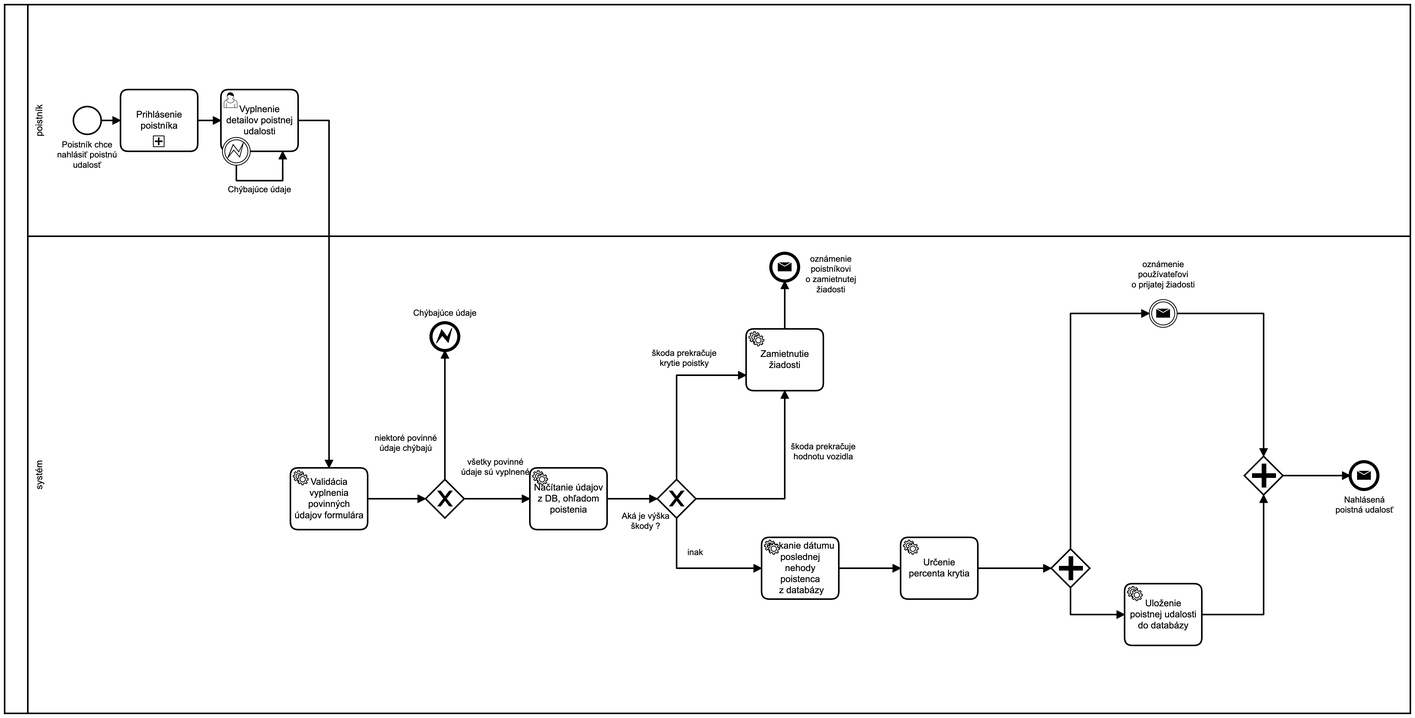
Before: diagrams/img/BP02-Informovanie_poistovne_o_poistnej_udalosti.png, a diagram exported from BPMN (MCFreddie777/pis-nahlasenie_poistnej_udalosti). Its source is kept beside it as diagrams/BP02-Informovanie_poistovne_o_poistnej_udalosti.bpmn. Ids are renumbered.
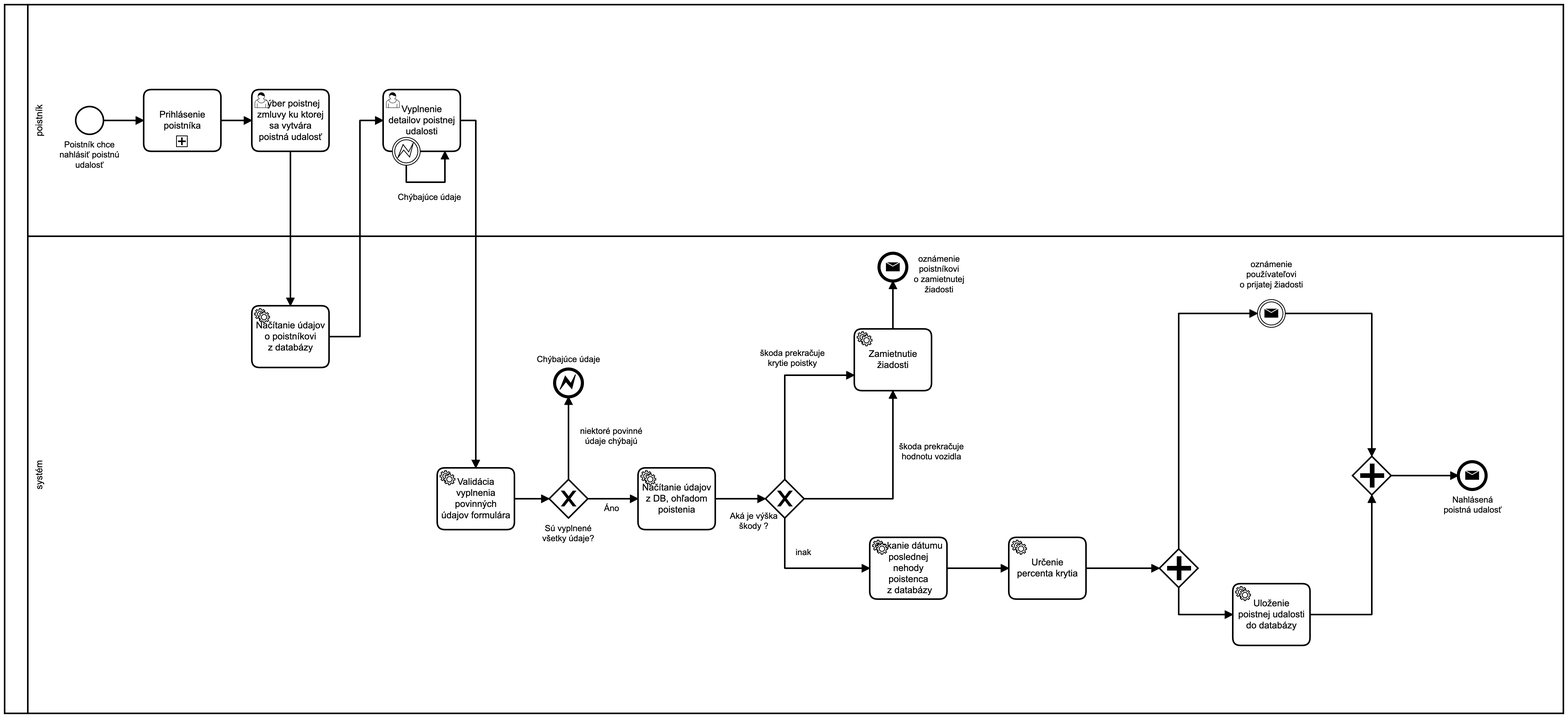
Above is the later version.

Commit message:
Update database diagram

What changed in the source:
```diff
@@ -7,6 +7,7 @@
       <bpmn:lane id="Lane_n6" name="poistník">
+        <bpmn:flowNodeRef>Task_n8</bpmn:flowNodeRef>
+        <bpmn:flowNodeRef>IntermediateThrowEvent_n9</bpmn:flowNodeRef>
         <bpmn:flowNodeRef>StartEvent_1</bpmn:flowNodeRef>
         <bpmn:flowNodeRef>Task_n7</bpmn:flowNodeRef>
-        <bpmn:flowNodeRef>Task_n8</bpmn:flowNodeRef>
-        <bpmn:flowNodeRef>IntermediateThrowEvent_n9</bpmn:flowNodeRef>
+        <bpmn:flowNodeRef>Task_n51</bpmn:flowNodeRef>
       </bpmn:lane>
@@ -48,18 +49,2 @@
     </bpmn:serviceTask>
-    <bpmn:sequenceFlow id="SequenceFlow_n34" sourceRef="Task_n8" targetRef="Task_n24" />
-    <bpmn:sequenceFlow id="SequenceFlow_n35" name="niektoré povinné údaje chýbajú" sourceRef="ExclusiveGateway_n22" targetRef="IntermediateThrowEvent_n23" />
-    <bpmn:sequenceFlow id="SequenceFlow_n36" sourceRef="Task_n24" targetRef="ExclusiveGateway_n22" />
-    <bpmn:sequenceFlow id="SequenceFlow_n37" name="Áno" sourceRef="ExclusiveGateway_n22" targetRef="Task_n16" />
-    <bpmn:sequenceFlow id="SequenceFlow_n38" name="škoda prekračuje krytie poistky" sourceRef="ExclusiveGateway_n15" targetRef="Task_n17" />
-    <bpmn:sequenceFlow id="SequenceFlow_n39" name="škoda prekračuje hodnotu vozidla" sourceRef="ExclusiveGateway_n15" targetRef="Task_n17" />
-    <bpmn:sequenceFlow id="SequenceFlow_n40" sourceRef="Task_n17" targetRef="EndEvent_n18" />
-    <bpmn:sequenceFlow id="SequenceFlow_n26" name="inak" sourceRef="ExclusiveGateway_n15" targetRef="Task_n11" />
-    <bpmn:sequenceFlow id="SequenceFlow_n27" sourceRef="Task_n11" targetRef="Task_n14" />
-    <bpmn:sequenceFlow id="SequenceFlow_n28" sourceRef="Task_n14" targetRef="ExclusiveGateway_n12" />
-    <bpmn:sequenceFlow id="SequenceFlow_n29" sourceRef="ExclusiveGateway_n12" targetRef="Task_n21" />
-    <bpmn:sequenceFlow id="SequenceFlow_n30" sourceRef="ExclusiveGateway_n12" targetRef="EndEvent_n19" />
-    <bpmn:sequenceFlow id="SequenceFlow_n32" sourceRef="EndEvent_n19" targetRef="ExclusiveGateway_n13" />
-    <bpmn:sequenceFlow id="SequenceFlow_n31" sourceRef="Task_n21" targetRef="ExclusiveGateway_n13" />
-    <bpmn:sequenceFlow id="SequenceFlow_n33" sourceRef="ExclusiveGateway_n13" targetRef="EndEvent_n20" />
-    <bpmn:sequenceFlow id="SequenceFlow_n41" sourceRef="StartEvent_1" targetRef="Task_n7" />
     <bpmn:exclusiveGateway id="ExclusiveGateway_n15" name="Aká je výška škody ?">
@@ -70,3 +55,2 @@
     </bpmn:exclusiveGateway>
-    <bpmn:sequenceFlow id="SequenceFlow_n42" sourceRef="Task_n16" targetRef="ExclusiveGateway_n15" />
     <bpmn:serviceTask id="Task_n16" name="Načítanie údajov z DB, ohľadom poistenia">
@@ -97,11 +81,2 @@
     </bpmn:serviceTask>
-    <bpmn:sequenceFlow id="SequenceFlow_n46" sourceRef="Task_n7" targetRef="Task_n25" />
-    <bpmn:sequenceFlow id="SequenceFlow_n47" sourceRef="Task_n25" targetRef="Task_n8" />
-    <bpmn:startEvent id="StartEvent_1" name="Poistník chce nahlásiť poistnú udalosť">
-      <bpmn:outgoing>SequenceFlow_n41</bpmn:outgoing>
-    </bpmn:startEvent>
-    <bpmn:subProcess id="Task_n7" name="Prihlásenie poistníka">
-      <bpmn:incoming>SequenceFlow_n41</bpmn:incoming>
-      <bpmn:outgoing>SequenceFlow_n46</bpmn:outgoing>
-    </bpmn:subProcess>
     <bpmn:exclusiveGateway id="ExclusiveGateway_n22" name="Sú vyplnené všetky údaje?">
@@ -124,3 +99,2 @@
     </bpmn:userTask>
-    <bpmn:sequenceFlow id="SequenceFlow_n49" name="Chýbajúce údaje" sourceRef="IntermediateThrowEvent_n9" targetRef="Task_n8" />
     <bpmn:boundaryEvent id="IntermediateThrowEvent_n9" attachedToRef="Task_n8">
@@ -129,2 +103,34 @@
     </bpmn:boundaryEvent>
+    <bpmn:sequenceFlow id="SequenceFlow_n26" name="inak" sourceRef="ExclusiveGateway_n15" targetRef="Task_n11" />
+    <bpmn:sequenceFlow id="SequenceFlow_n27" sourceRef="Task_n11" targetRef="Task_n14" />
+    <bpmn:sequenceFlow id="SequenceFlow_n28" sourceRef="Task_n14" targetRef="ExclusiveGateway_n12" />
+    <bpmn:sequenceFlow id="SequenceFlow_n29" sourceRef="ExclusiveGateway_n12" targetRef="Task_n21" />
+    <bpmn:sequenceFlow id="SequenceFlow_n30" sourceRef="ExclusiveGateway_n12" targetRef="EndEvent_n19" />
+    <bpmn:sequenceFlow id="SequenceFlow_n32" sourceRef="EndEvent_n19" targetRef="ExclusiveGateway_n13" />
+    <bpmn:sequenceFlow id="SequenceFlow_n31" sourceRef="Task_n21" targetRef="ExclusiveGateway_n13" />
+    <bpmn:sequenceFlow id="SequenceFlow_n33" sourceRef="ExclusiveGateway_n13" targetRef="EndEvent_n20" />
+    <bpmn:sequenceFlow id="SequenceFlow_n42" sourceRef="Task_n16" targetRef="ExclusiveGateway_n15" />
+    <bpmn:sequenceFlow id="SequenceFlow_n38" name="škoda prekračuje krytie poistky" sourceRef="ExclusiveGateway_n15" targetRef="Task_n17" />
+    <bpmn:sequenceFlow id="SequenceFlow_n39" name="škoda prekračuje hodnotu vozidla" sourceRef="ExclusiveGateway_n15" targetRef="Task_n17" />
+    <bpmn:sequenceFlow id="SequenceFlow_n37" name="Áno" sourceRef="ExclusiveGateway_n22" targetRef="Task_n16" />
+    <bpmn:sequenceFlow id="SequenceFlow_n40" sourceRef="Task_n17" targetRef="EndEvent_n18" />
+    <bpmn:sequenceFlow id="SequenceFlow_n41" sourceRef="StartEvent_1" targetRef="Task_n7" />
+    <bpmn:sequenceFlow id="SequenceFlow_n46" sourceRef="Task_n51" targetRef="Task_n25" />
+    <bpmn:sequenceFlow id="SequenceFlow_n36" sourceRef="Task_n24" targetRef="ExclusiveGateway_n22" />
+    <bpmn:sequenceFlow id="SequenceFlow_n35" name="niektoré povinné údaje chýbajú" sourceRef="ExclusiveGateway_n22" targetRef="IntermediateThrowEvent_n23" />
+    <bpmn:sequenceFlow id="SequenceFlow_n34" sourceRef="Task_n8" targetRef="Task_n24" />
+    <bpmn:sequenceFlow id="SequenceFlow_n47" sourceRef="Task_n25" targetRef="Task_n8" />
+    <bpmn:sequenceFlow id="SequenceFlow_n49" name="Chýbajúce údaje" sourceRef="IntermediateThrowEvent_n9" targetRef="Task_n8" />
+    <bpmn:startEvent id="StartEvent_1" name="Poistník chce nahlásiť poistnú udalosť">
+      <bpmn:outgoing>SequenceFlow_n41</bpmn:outgoing>
+    </bpmn:startEvent>
+    <bpmn:subProcess id="Task_n7" name="Prihlásenie poistníka">
+      <bpmn:incoming>SequenceFlow_n41</bpmn:incoming>
+      <bpmn:outgoing>SequenceFlow_n52</bpmn:outgoing>
+    </bpmn:subProcess>
+    <bpmn:sequenceFlow id="SequenceFlow_n52" sourceRef="Task_n7" targetRef="Task_n51" />
+    <bpmn:userTask id="Task_n51" name="Výber poistnej zmluvy ku ktorej sa vytvára poistná udalosť">
+      <bpmn:incoming>SequenceFlow_n52</bpmn:incoming>
+      <bpmn:outgoing>SequenceFlow_n46</bpmn:outgoing>
+    </bpmn:userTask>
     <bpmn:serviceTask id="Task_n25" name="Načítanie údajov o poistníkovi&#10;z databázy">
@@ -137,8 +143,8 @@
       <bpmndi:BPMNShape id="Participant_n3_di" bpmnElement="Participant_n3" isHorizontal="true">
-        <dc:Bounds x="160" y="90" width="1820" height="918" />
+        <dc:Bounds x="160" y="90" width="2018" height="918" />
       </bpmndi:BPMNShape>
       <bpmndi:BPMNShape id="_BPMNShape_StartEvent_2" bpmnElement="StartEvent_1">
-        <dc:Bounds x="232" y="222" width="36" height="36" />
+        <dc:Bounds x="252" y="222" width="36" height="36" />
         <bpmndi:BPMNLabel>
-          <dc:Bounds x="211" y="265" width="78" height="40" />
+          <dc:Bounds x="231" y="265" width="78" height="40" />
         </bpmndi:BPMNLabel>
@@ -146,16 +152,16 @@
       <bpmndi:BPMNShape id="Lane_n6_di" bpmnElement="Lane_n6" isHorizontal="true">
-        <dc:Bounds x="190" y="90" width="1790" height="300" />
+        <dc:Bounds x="190" y="90" width="1988" height="300" />
       </bpmndi:BPMNShape>
       <bpmndi:BPMNShape id="Lane_n10_di" bpmnElement="Lane_n10" isHorizontal="true">
-        <dc:Bounds x="190" y="390" width="1790" height="618" />
+        <dc:Bounds x="190" y="390" width="1988" height="618" />
       </bpmndi:BPMNShape>
       <bpmndi:BPMNEdge id="SequenceFlow_n34_di" bpmnElement="SequenceFlow_n34">
-        <di:waypoint x="610" y="240" />
-        <di:waypoint x="630" y="240" />
-        <di:waypoint x="630" y="690" />
+        <di:waypoint x="750" y="240" />
+        <di:waypoint x="770" y="240" />
+        <di:waypoint x="770" y="690" />
       </bpmndi:BPMNEdge>
       <bpmndi:BPMNShape id="ExclusiveGateway_n22_di" bpmnElement="ExclusiveGateway_n22" isMarkerVisible="true">
-        <dc:Bounds x="725" y="705" width="50" height="50" />
+        <dc:Bounds x="865" y="705" width="50" height="50" />
         <bpmndi:BPMNLabel>
-          <dc:Bounds x="716" y="762" width="68" height="27" />
+          <dc:Bounds x="856" y="762" width="68" height="27" />
         </bpmndi:BPMNLabel>
@@ -163,16 +169,16 @@
       <bpmndi:BPMNEdge id="SequenceFlow_n36_di" bpmnElement="SequenceFlow_n36">
-        <di:waypoint x="680" y="730" />
-        <di:waypoint x="725" y="730" />
+        <di:waypoint x="820" y="730" />
+        <di:waypoint x="865" y="730" />
       </bpmndi:BPMNEdge>
       <bpmndi:BPMNShape id="ServiceTask_0jujgdy_di" bpmnElement="Task_n24">
-        <dc:Bounds x="580" y="690" width="100" height="80" />
+        <dc:Bounds x="720" y="690" width="100" height="80" />
       </bpmndi:BPMNShape>
       <bpmndi:BPMNShape id="UserTask_0uj0bf0_di" bpmnElement="Task_n8">
-        <dc:Bounds x="510" y="200" width="100" height="80" />
+        <dc:Bounds x="650" y="200" width="100" height="80" />
       </bpmndi:BPMNShape>
       <bpmndi:BPMNEdge id="SequenceFlow_n35_di" bpmnElement="SequenceFlow_n35">
-        <di:waypoint x="750" y="705" />
-        <di:waypoint x="750" y="598" />
+        <di:waypoint x="890" y="705" />
+        <di:waypoint x="890" y="598" />
         <bpmndi:BPMNLabel>
-          <dc:Bounds x="765" y="636" width="81" height="27" />
+          <dc:Bounds x="905" y="636" width="81" height="27" />
         </bpmndi:BPMNLabel>
@@ -180,5 +186,5 @@
       <bpmndi:BPMNShape id="ExclusiveGateway_n15_di" bpmnElement="ExclusiveGateway_n15" isMarkerVisible="true">
-        <dc:Bounds x="1005" y="705" width="50" height="50" />
+        <dc:Bounds x="1145" y="705" width="50" height="50" />
         <bpmndi:BPMNLabel>
-          <dc:Bounds x="959" y="746" width="62" height="27" />
+          <dc:Bounds x="1099" y="746" width="62" height="27" />
         </bpmndi:BPMNLabel>
@@ -186,6 +192,6 @@
       <bpmndi:BPMNEdge id="SequenceFlow_n37_di" bpmnElement="SequenceFlow_n37">
-        <di:waypoint x="775" y="730" />
-        <di:waypoint x="840" y="730" />
+        <di:waypoint x="915" y="730" />
+        <di:waypoint x="980" y="730" />
         <bpmndi:BPMNLabel>
-          <dc:Bounds x="796" y="736" width="20" height="14" />
+          <dc:Bounds x="936" y="736" width="20" height="14" />
         </bpmndi:BPMNLabel>
@@ -193,7 +199,7 @@
       <bpmndi:BPMNEdge id="SequenceFlow_n38_di" bpmnElement="SequenceFlow_n38">
-        <di:waypoint x="1030" y="705" />
-        <di:waypoint x="1030" y="570" />
-        <di:waypoint x="1120" y="570" />
+        <di:waypoint x="1170" y="705" />
+        <di:waypoint x="1170" y="570" />
+        <di:waypoint x="1260" y="570" />
         <bpmndi:BPMNLabel>
-          <dc:Bounds x="998" y="535" width="84" height="27" />
+          <dc:Bounds x="1138" y="535" width="84" height="27" />
         </bpmndi:BPMNLabel>
@@ -201,7 +207,7 @@
       <bpmndi:BPMNEdge id="SequenceFlow_n39_di" bpmnElement="SequenceFlow_n39">
-        <di:waypoint x="1055" y="730" />
-        <di:waypoint x="1170" y="730" />
-        <di:waypoint x="1170" y="590" />
+        <di:waypoint x="1195" y="730" />
+        <di:waypoint x="1310" y="730" />
+        <di:waypoint x="1310" y="590" />
         <bpmndi:BPMNLabel>
-          <dc:Bounds x="1178" y="656" width="84" height="27" />
+          <dc:Bounds x="1318" y="656" width="84" height="27" />
         </bpmndi:BPMNLabel>
@@ -209,14 +215,14 @@
       <bpmndi:BPMNShape id="ServiceTask_0t792ya_di" bpmnElement="Task_n17">
-        <dc:Bounds x="1120" y="510" width="100" height="80" />
+        <dc:Bounds x="1260" y="510" width="100" height="80" />
       </bpmndi:BPMNShape>
       <bpmndi:BPMNEdge id="SequenceFlow_n40_di" bpmnElement="SequenceFlow_n40">
-        <di:waypoint x="1170" y="510" />
-        <di:waypoint x="1170" y="448" />
+        <di:waypoint x="1310" y="510" />
+        <di:waypoint x="1310" y="448" />
       </bpmndi:BPMNEdge>
       <bpmndi:BPMNEdge id="SequenceFlow_n26_di" bpmnElement="SequenceFlow_n26">
-        <di:waypoint x="1030" y="755" />
-        <di:waypoint x="1030" y="820" />
-        <di:waypoint x="1140" y="820" />
+        <di:waypoint x="1170" y="755" />
+        <di:waypoint x="1170" y="820" />
+        <di:waypoint x="1280" y="820" />
         <bpmndi:BPMNLabel>
-          <dc:Bounds x="1044" y="793" width="21" height="14" />
+          <dc:Bounds x="1184" y="793" width="21" height="14" />
         </bpmndi:BPMNLabel>
@@ -224,29 +230,29 @@
       <bpmndi:BPMNShape id="ServiceTask_0x9jdxg_di" bpmnElement="Task_n11">
-        <dc:Bounds x="1140" y="780" width="100" height="80" />
+        <dc:Bounds x="1280" y="780" width="100" height="80" />
       </bpmndi:BPMNShape>
       <bpmndi:BPMNEdge id="SequenceFlow_n27_di" bpmnElement="SequenceFlow_n27">
-        <di:waypoint x="1240" y="820" />
-        <di:waypoint x="1320" y="820" />
+        <di:waypoint x="1380" y="820" />
+        <di:waypoint x="1460" y="820" />
       </bpmndi:BPMNEdge>
       <bpmndi:BPMNEdge id="SequenceFlow_n28_di" bpmnElement="SequenceFlow_n28">
-        <di:waypoint x="1420" y="820" />
-        <di:waypoint x="1515" y="820" />
+        <di:waypoint x="1560" y="820" />
+        <di:waypoint x="1655" y="820" />
       </bpmndi:BPMNEdge>
       <bpmndi:BPMNShape id="ParallelGateway_09hlsqf_di" bpmnElement="ExclusiveGateway_n12">
-        <dc:Bounds x="1515" y="795" width="50" height="50" />
+        <dc:Bounds x="1655" y="795" width="50" height="50" />
       </bpmndi:BPMNShape>
       <bpmndi:BPMNEdge id="SequenceFlow_n29_di" bpmnElement="SequenceFlow_n29">
-        <di:waypoint x="1540" y="845" />
-        <di:waypoint x="1540" y="880" />
-        <di:waypoint x="1610" y="880" />
+        <di:waypoint x="1680" y="845" />
+        <di:waypoint x="1680" y="880" />
+        <di:waypoint x="1750" y="880" />
       </bpmndi:BPMNEdge>
       <bpmndi:BPMNEdge id="SequenceFlow_n30_di" bpmnElement="SequenceFlow_n30">
-        <di:waypoint x="1540" y="795" />
-        <di:waypoint x="1540" y="490" />
-        <di:waypoint x="1642" y="490" />
+        <di:waypoint x="1680" y="795" />
+        <di:waypoint x="1680" y="490" />
+        <di:waypoint x="1782" y="490" />
       </bpmndi:BPMNEdge>
       <bpmndi:BPMNShape id="EndEvent_0prnfll_di" bpmnElement="EndEvent_n18">
-        <dc:Bounds x="1152" y="412" width="36" height="36" />
+        <dc:Bounds x="1292" y="412" width="36" height="36" />
         <bpmndi:BPMNLabel>
-          <dc:Bounds x="1197" y="413" width="66" height="53" />
+          <dc:Bounds x="1337" y="413" width="66" height="53" />
         </bpmndi:BPMNLabel>
@@ -254,5 +260,5 @@
       <bpmndi:BPMNShape id="IntermediateThrowEvent_0h201b1_di" bpmnElement="EndEvent_n19">
-        <dc:Bounds x="1642" y="472" width="36" height="36" />
+        <dc:Bounds x="1782" y="472" width="36" height="36" />
         <bpmndi:BPMNLabel>
-          <dc:Bounds x="1618" y="420" width="83" height="40" />
+          <dc:Bounds x="1759" y="420" width="82" height="40" />
         </bpmndi:BPMNLabel>
@@ -260,42 +266,42 @@
       <bpmndi:BPMNEdge id="SequenceFlow_n32_di" bpmnElement="SequenceFlow_n32">
-        <di:waypoint x="1678" y="490" />
-        <di:waypoint x="1790" y="490" />
-        <di:waypoint x="1790" y="675" />
+        <di:waypoint x="1818" y="490" />
+        <di:waypoint x="1930" y="490" />
+        <di:waypoint x="1930" y="675" />
       </bpmndi:BPMNEdge>
       <bpmndi:BPMNEdge id="SequenceFlow_n31_di" bpmnElement="SequenceFlow_n31">
-        <di:waypoint x="1710" y="880" />
-        <di:waypoint x="1790" y="880" />
-        <di:waypoint x="1790" y="725" />
+        <di:waypoint x="1850" y="880" />
+        <di:waypoint x="1930" y="880" />
+        <di:waypoint x="1930" y="725" />
       </bpmndi:BPMNEdge>
       <bpmndi:BPMNShape id="ParallelGateway_05va044_di" bpmnElement="ExclusiveGateway_n13">
-        <dc:Bounds x="1765" y="675" width="50" height="50" />
+        <dc:Bounds x="1905" y="675" width="50" height="50" />
       </bpmndi:BPMNShape>
       <bpmndi:BPMNEdge id="SequenceFlow_n33_di" bpmnElement="SequenceFlow_n33">
-        <di:waypoint x="1815" y="700" />
-        <di:waypoint x="1902" y="700" />
+        <di:waypoint x="1955" y="700" />
+        <di:waypoint x="2042" y="700" />
       </bpmndi:BPMNEdge>
       <bpmndi:BPMNShape id="ServiceTask_1qm42na_di" bpmnElement="Task_n14">
-        <dc:Bounds x="1320" y="780" width="100" height="80" />
+        <dc:Bounds x="1460" y="780" width="100" height="80" />
       </bpmndi:BPMNShape>
       <bpmndi:BPMNShape id="ServiceTask_1sts3q7_di" bpmnElement="Task_n21">
-        <dc:Bounds x="1610" y="840" width="100" height="80" />
+        <dc:Bounds x="1750" y="840" width="100" height="80" />
       </bpmndi:BPMNShape>
       <bpmndi:BPMNShape id="SubProcess_0tmkunv_di" bpmnElement="Task_n7">
-        <dc:Bounds x="290" y="200" width="100" height="80" />
+        <dc:Bounds x="340" y="200" width="100" height="80" />
       </bpmndi:BPMNShape>
       <bpmndi:BPMNEdge id="SequenceFlow_n41_di" bpmnElement="SequenceFlow_n41">
-        <di:waypoint x="268" y="240" />
-        <di:waypoint x="290" y="240" />
+        <di:waypoint x="288" y="240" />
+        <di:waypoint x="340" y="240" />
       </bpmndi:BPMNEdge>
       <bpmndi:BPMNEdge id="SequenceFlow_n42_di" bpmnElement="SequenceFlow_n42">
-        <di:waypoint x="940" y="730" />
-        <di:waypoint x="1005" y="730" />
+        <di:waypoint x="1080" y="730" />
+        <di:waypoint x="1145" y="730" />
       </bpmndi:BPMNEdge>
       <bpmndi:BPMNShape id="ServiceTask_0rjqj9j_di" bpmnElement="Task_n16">
-        <dc:Bounds x="840" y="690" width="100" height="80" />
+        <dc:Bounds x="980" y="690" width="100" height="80" />
       </bpmndi:BPMNShape>
       <bpmndi:BPMNShape id="EndEvent_1byv91b_di" bpmnElement="IntermediateThrowEvent_n23">
-        <dc:Bounds x="732" y="562" width="36" height="36" />
+        <dc:Bounds x="872" y="562" width="36" height="36" />
         <bpmndi:BPMNLabel>
-          <dc:Bounds x="709" y="543" width="82" height="14" />
+          <dc:Bounds x="849" y="543" width="82" height="14" />
         </bpmndi:BPMNLabel>
@@ -303,5 +309,5 @@
       <bpmndi:BPMNShape id="EndEvent_1pvp9tn_di" bpmnElement="EndEvent_n20">
-        <dc:Bounds x="1902" y="682" width="36" height="36" />
+        <dc:Bounds x="2042" y="682" width="36" height="36" />
         <bpmndi:BPMNLabel>
-          <dc:Bounds x="1883" y="725" width="76" height="27" />
+          <dc:Bounds x="2023" y="725" width="76" height="27" />
         </bpmndi:BPMNLabel>
@@ -309,11 +315,11 @@
       <bpmndi:BPMNShape id="BoundaryEvent_1b47tqm_di" bpmnElement="IntermediateThrowEvent_n9">
-        <dc:Bounds x="522" y="262" width="36" height="36" />
+        <dc:Bounds x="662" y="262" width="36" height="36" />
       </bpmndi:BPMNShape>
       <bpmndi:BPMNEdge id="SequenceFlow_n49_di" bpmnElement="SequenceFlow_n49">
-        <di:waypoint x="540" y="298" />
-        <di:waypoint x="540" y="320" />
-        <di:waypoint x="590" y="320" />
-        <di:waypoint x="590" y="280" />
+        <di:waypoint x="680" y="298" />
+        <di:waypoint x="680" y="320" />
+        <di:waypoint x="730" y="320" />
+        <di:waypoint x="730" y="280" />
         <bpmndi:BPMNLabel>
-          <dc:Bounds x="529" y="333" width="82" height="14" />
+          <dc:Bounds x="669" y="333" width="82" height="14" />
         </bpmndi:BPMNLabel>
@@ -321,14 +327,20 @@
       <bpmndi:BPMNEdge id="SequenceFlow_n46_di" bpmnElement="SequenceFlow_n46">
-        <di:waypoint x="340" y="280" />
-        <di:waypoint x="340" y="520" />
-        <di:waypoint x="360" y="520" />
+        <di:waypoint x="530" y="280" />
+        <di:waypoint x="530" y="480" />
       </bpmndi:BPMNEdge>
       <bpmndi:BPMNEdge id="SequenceFlow_n47_di" bpmnElement="SequenceFlow_n47">
-        <di:waypoint x="460" y="520" />
-        <di:waypoint x="480" y="520" />
-        <di:waypoint x="480" y="240" />
-        <di:waypoint x="510" y="240" />
+        <di:waypoint x="580" y="520" />
+        <di:waypoint x="620" y="520" />
+        <di:waypoint x="620" y="240" />
+        <di:waypoint x="650" y="240" />
       </bpmndi:BPMNEdge>
       <bpmndi:BPMNShape id="ServiceTask_0x7ma1i_di" bpmnElement="Task_n25">
-        <dc:Bounds x="360" y="480" width="100" height="80" />
+        <dc:Bounds x="480" y="480" width="100" height="80" />
+      </bpmndi:BPMNShape>
+      <bpmndi:BPMNEdge id="SequenceFlow_n52_di" bpmnElement="SequenceFlow_n52">
+        <di:waypoint x="440" y="240" />
+        <di:waypoint x="480" y="240" />
+      </bpmndi:BPMNEdge>
+      <bpmndi:BPMNShape id="UserTask_036d4xt_di" bpmnElement="Task_n51">
+        <dc:Bounds x="480" y="200" width="100" height="80" />
       </bpmndi:BPMNShape>
```
